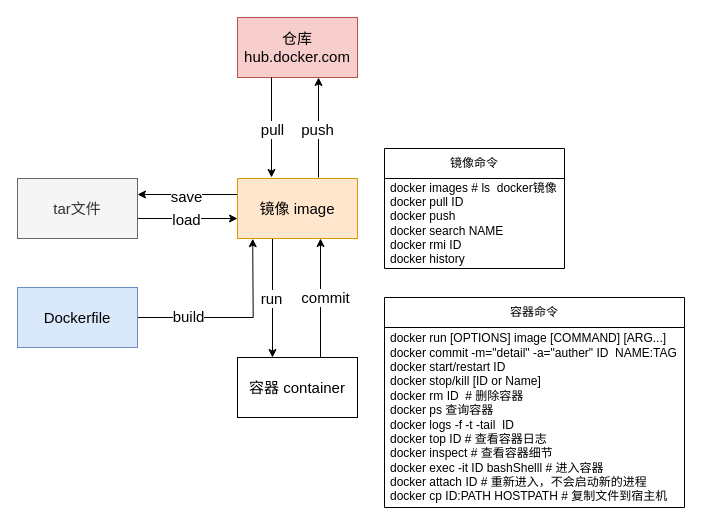
Before: draw.io/docker.drawio in guojingwen/life, a draw.io diagram. Source tidied: cells renumbered, new cells numbered last; positions are measured from the earlier drawing's top-left corner, leaving out a move shared by most shapes. Both pictures are drawn from the tidied source at 100%, with x=0, y=0 at pixel (17, 17).
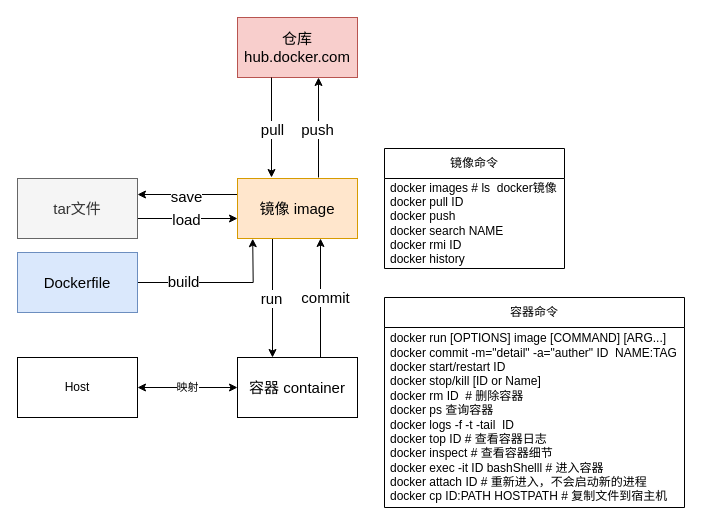
Above is the later version.

Diff of the diagram source:
```diff
@@
     <mxCell id="10" value="Dockerfile" style="rounded=0;whiteSpace=wrap;html=1;fillColor=#dae8fc;strokeColor=#6c8ebf;arcSize=15;fontSize=15;" parent="1" vertex="1">
-      <mxGeometry y="270" width="120" height="60" as="geometry" />
+      <mxGeometry y="235" width="120" height="60" as="geometry" />
     </mxCell>
@@
+    <mxCell id="25" value="Host" style="rounded=0;whiteSpace=wrap;html=1;" parent="1" vertex="1">
+      <mxGeometry y="340" width="120" height="60" as="geometry" />
+    </mxCell>
+    <mxCell id="26" value="映射" style="endArrow=classic;startArrow=classic;html=1;rounded=0;exitX=1;exitY=0.5;exitDx=0;exitDy=0;" parent="1" edge="1" source="25">
+      <mxGeometry relative="1" as="geometry">
+        <mxPoint x="220" y="370" as="targetPoint" />
+      </mxGeometry>
+    </mxCell>
```
